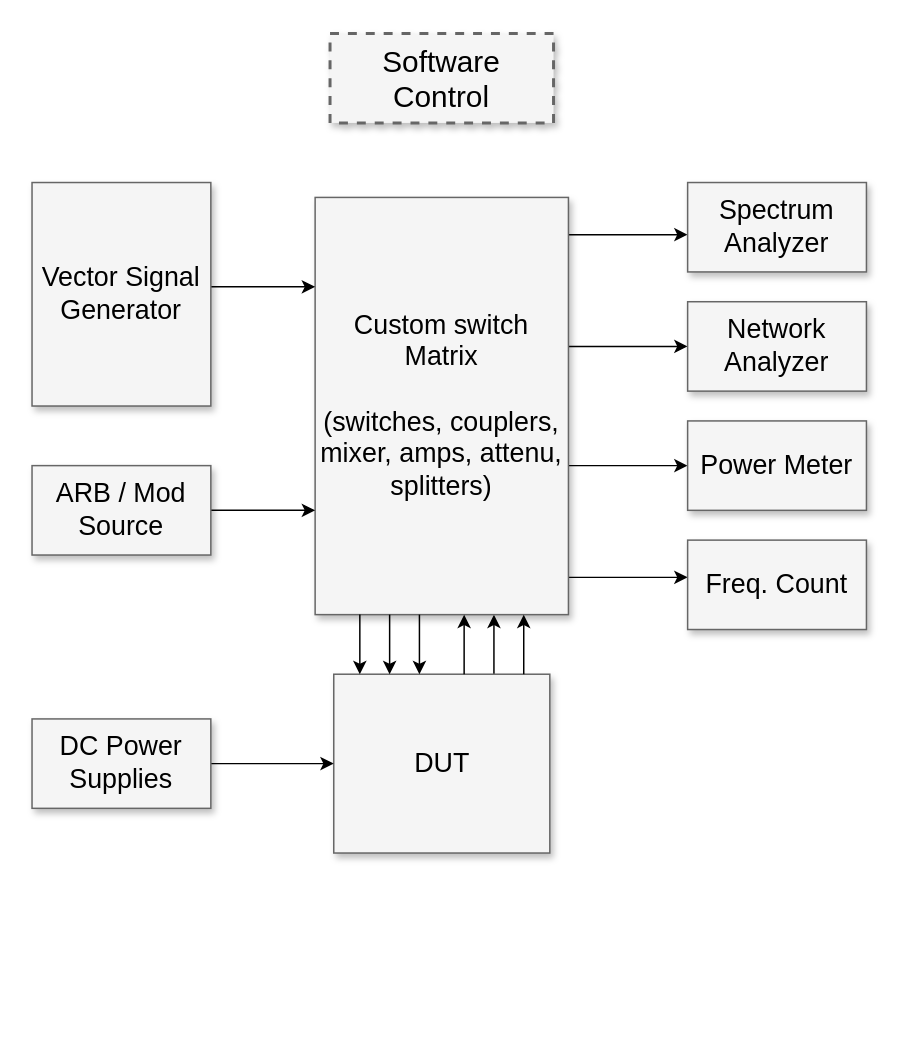
The draw.io diagram Untitled Diagram.drawio in rajaduraikrishna/ezee-app, before the edit. Source tidied: cells renumbered, new cells numbered last; positions are measured from the earlier drawing's top-left corner, leaving out a move shared by most shapes. Both pictures are drawn from the tidied source at 149%, with x=0, y=0 at pixel (31, 33).
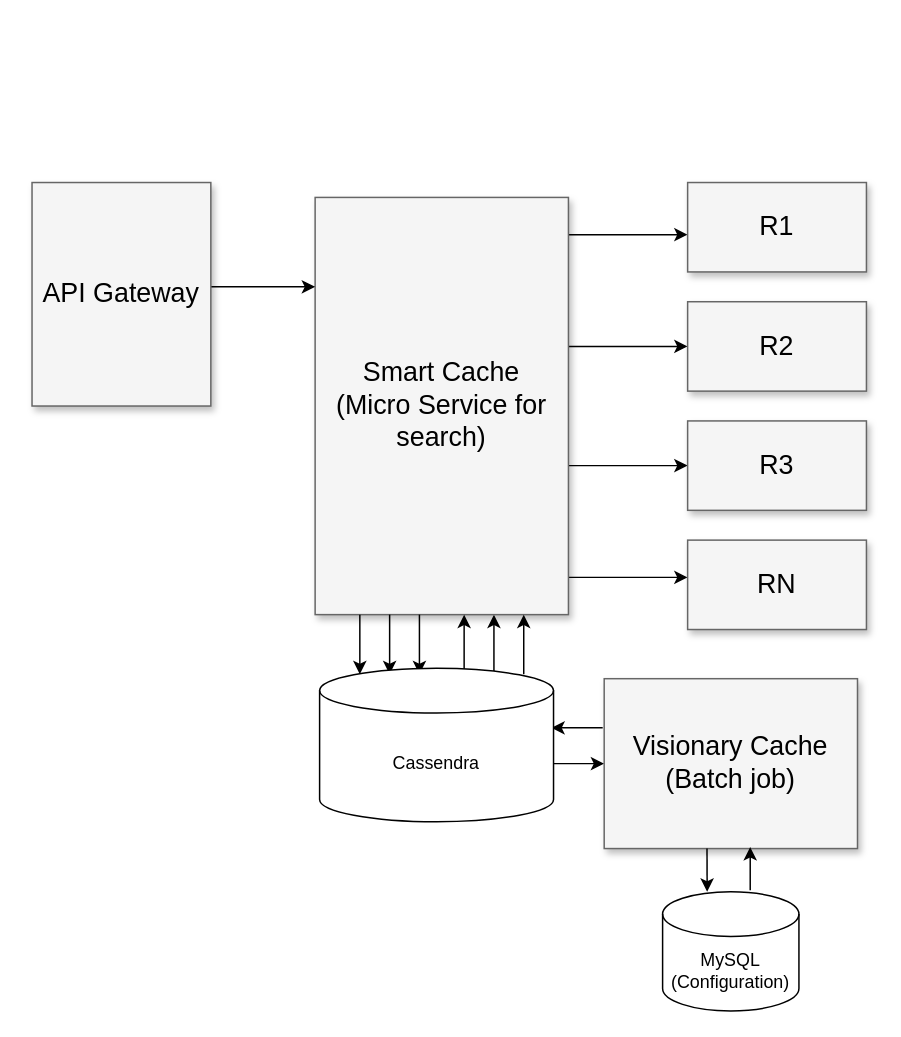
The same page after the edit.

Change to the diagram source:
```diff
@@
-    <mxCell id="2" value="Software Control" style="whiteSpace=wrap;html=1;shadow=1;fontSize=20;fillColor=#f5f5f5;strokeColor=#666666;strokeWidth=2;dashed=1;" parent="1" vertex="1">
-      <mxGeometry x="200" width="150" height="60" as="geometry" />
-    </mxCell>
@@
-    <mxCell id="7" style="edgeStyle=elbowEdgeStyle;rounded=0;html=1;startArrow=none;startFill=0;jettySize=auto;fontSize=18;" parent="1" edge="1" source="17" target="8">
+    <mxCell id="7" style="edgeStyle=elbowEdgeStyle;rounded=0;html=1;startArrow=none;startFill=0;jettySize=auto;fontSize=18;" parent="1" edge="1" target="8">
       <mxGeometry relative="1" as="geometry">
+        <mxPoint x="310" y="430" as="sourcePoint" />
         <Array as="points">
           <mxPoint x="310" y="410" />
         </Array>
       </mxGeometry>
     </mxCell>
-    <mxCell id="8" value="Custom switch Matrix&lt;div&gt;&lt;br&gt;&lt;/div&gt;&lt;div&gt;(switches, couplers, mixer, amps, attenu, splitters)&lt;/div&gt;" style="whiteSpace=wrap;html=1;shadow=1;fontSize=18;fillColor=#f5f5f5;strokeColor=#666666;" parent="1" vertex="1">
+    <mxCell id="8" value="&lt;div&gt;Smart Cache&lt;/div&gt;&lt;div&gt;(Micro Service for search)&lt;/div&gt;" style="whiteSpace=wrap;html=1;shadow=1;fontSize=18;fillColor=#f5f5f5;strokeColor=#666666;" parent="1" vertex="1">
       <mxGeometry x="190" y="110" width="170" height="280" as="geometry" />
     </mxCell>
-    <mxCell id="9" value="Spectrum Analyzer" style="whiteSpace=wrap;html=1;shadow=1;fontSize=18;fillColor=#f5f5f5;strokeColor=#666666;" parent="1" vertex="1">
+    <mxCell id="9" value="R1" style="whiteSpace=wrap;html=1;shadow=1;fontSize=18;fillColor=#f5f5f5;strokeColor=#666666;" parent="1" vertex="1">
       <mxGeometry x="440" y="100" width="120" height="60" as="geometry" />
     </mxCell>
-    <mxCell id="10" value="Network Analyzer" style="whiteSpace=wrap;html=1;shadow=1;fontSize=18;fillColor=#f5f5f5;strokeColor=#666666;" parent="1" vertex="1">
+    <mxCell id="10" value="R2" style="whiteSpace=wrap;html=1;shadow=1;fontSize=18;fillColor=#f5f5f5;strokeColor=#666666;" parent="1" vertex="1">
       <mxGeometry x="440" y="180" width="120" height="60" as="geometry" />
     </mxCell>
-    <mxCell id="11" value="Power Meter" style="whiteSpace=wrap;html=1;shadow=1;fontSize=18;fillColor=#f5f5f5;strokeColor=#666666;" parent="1" vertex="1">
+    <mxCell id="11" value="R3" style="whiteSpace=wrap;html=1;shadow=1;fontSize=18;fillColor=#f5f5f5;strokeColor=#666666;" parent="1" vertex="1">
       <mxGeometry x="440" y="260" width="120" height="60" as="geometry" />
     </mxCell>
-    <mxCell id="12" value="Freq. Count" style="whiteSpace=wrap;html=1;shadow=1;fontSize=18;fillColor=#f5f5f5;strokeColor=#666666;" parent="1" vertex="1">
+    <mxCell id="12" value="RN" style="whiteSpace=wrap;html=1;shadow=1;fontSize=18;fillColor=#f5f5f5;strokeColor=#666666;" parent="1" vertex="1">
       <mxGeometry x="440" y="340" width="120" height="60" as="geometry" />
     </mxCell>
@@
-    <mxCell id="14" value="Vector Signal Generator" style="whiteSpace=wrap;html=1;shadow=1;fontSize=18;fillColor=#f5f5f5;strokeColor=#666666;" parent="1" vertex="1">
+    <mxCell id="14" value="API Gateway" style="whiteSpace=wrap;html=1;shadow=1;fontSize=18;fillColor=#f5f5f5;strokeColor=#666666;" parent="1" vertex="1">
       <mxGeometry y="100" width="120" height="150" as="geometry" />
     </mxCell>
-    <mxCell id="15" style="edgeStyle=elbowEdgeStyle;rounded=0;html=1;startArrow=none;startFill=0;jettySize=auto;fontSize=18;elbow=vertical;" parent="1" edge="1" source="16" target="8">
-      <mxGeometry relative="1" as="geometry" />
-    </mxCell>
-    <mxCell id="16" value="ARB / Mod Source" style="whiteSpace=wrap;html=1;shadow=1;fontSize=18;fillColor=#f5f5f5;strokeColor=#666666;" parent="1" vertex="1">
-      <mxGeometry y="290" width="120" height="60" as="geometry" />
-    </mxCell>
-    <mxCell id="17" value="DUT" style="whiteSpace=wrap;html=1;shadow=1;fontSize=18;fillColor=#f5f5f5;strokeColor=#666666;" parent="1" vertex="1">
-      <mxGeometry x="202.5" y="430" width="145" height="120" as="geometry" />
-    </mxCell>
-    <mxCell id="18" style="edgeStyle=elbowEdgeStyle;rounded=0;html=1;startArrow=none;startFill=0;jettySize=auto;fontSize=18;elbow=vertical;" parent="1" edge="1" source="19" target="17">
-      <mxGeometry relative="1" as="geometry" />
-    </mxCell>
-    <mxCell id="19" value="DC Power Supplies" style="whiteSpace=wrap;html=1;shadow=1;fontSize=18;fillColor=#f5f5f5;strokeColor=#666666;" parent="1" vertex="1">
-      <mxGeometry y="460" width="120" height="60" as="geometry" />
-    </mxCell>
+    <mxCell id="25" style="rounded=0;jettySize=auto;html=1;" parent="1" edge="1" target="26">
+      <mxGeometry relative="1" as="geometry">
+        <mxPoint x="347.5" y="490" as="sourcePoint" />
+      </mxGeometry>
+    </mxCell>
-    <mxCell id="20" style="edgeStyle=elbowEdgeStyle;rounded=0;html=1;startArrow=none;startFill=0;jettySize=auto;fontSize=18;" parent="1" edge="1" source="17" target="8">
+    <mxCell id="20" style="edgeStyle=elbowEdgeStyle;rounded=0;html=1;startArrow=none;startFill=0;jettySize=auto;fontSize=18;" parent="1" edge="1" target="8">
       <mxGeometry relative="1" as="geometry">
+        <mxPoint x="330" y="430" as="sourcePoint" />
         <Array as="points">
           <mxPoint x="330" y="410" />
           <mxPoint x="310" y="410" />
         </Array>
       </mxGeometry>
     </mxCell>
@@
+    <mxCell id="26" value="&lt;div&gt;Visionary Cache (Batch job)&lt;/div&gt;" style="whiteSpace=wrap;html=1;shadow=1;fontSize=18;fillColor=#f5f5f5;strokeColor=#666666;" parent="1" vertex="1">
+      <mxGeometry x="384" y="433" width="170" height="114" as="geometry" />
+    </mxCell>
+    <mxCell id="27" style="edgeStyle=elbowEdgeStyle;rounded=0;html=1;startArrow=none;startFill=0;jettySize=auto;orthogonalLoop=1;fontSize=18;entryX=1.007;entryY=0.3;entryDx=0;entryDy=0;entryPerimeter=0;" parent="1" edge="1">
+      <mxGeometry relative="1" as="geometry">
+        <mxPoint x="383" y="466" as="sourcePoint" />
+        <mxPoint x="348.5" y="466" as="targetPoint" />
+        <Array as="points">
+          <mxPoint x="373" y="456" />
+          <mxPoint x="320" y="420" />
+        </Array>
+      </mxGeometry>
+    </mxCell>
+    <mxCell id="28" value="Cassendra" style="shape=cylinder3;whiteSpace=wrap;html=1;boundedLbl=1;backgroundOutline=1;size=15;" parent="1" vertex="1">
+      <mxGeometry x="193" y="426" width="157" height="103" as="geometry" />
+    </mxCell>
+    <mxCell id="29" style="edgeStyle=orthogonalEdgeStyle;rounded=0;orthogonalLoop=1;jettySize=auto;html=1;" parent="1" edge="1">
+      <mxGeometry relative="1" as="geometry">
+        <mxPoint x="453" y="547" as="sourcePoint" />
+        <mxPoint x="453.1" y="576" as="targetPoint" />
+      </mxGeometry>
+    </mxCell>
+    <mxCell id="30" value="MySQL (Configuration)" style="shape=cylinder3;whiteSpace=wrap;html=1;boundedLbl=1;backgroundOutline=1;size=15;" parent="1" vertex="1">
+      <mxGeometry x="423.2" y="576" width="91.5" height="80" as="geometry" />
+    </mxCell>
+    <mxCell id="31" style="edgeStyle=orthogonalEdgeStyle;rounded=0;orthogonalLoop=1;jettySize=auto;html=1;" parent="1" edge="1">
+      <mxGeometry relative="1" as="geometry">
+        <mxPoint x="482" y="575" as="sourcePoint" />
+        <mxPoint x="482" y="546" as="targetPoint" />
+      </mxGeometry>
+    </mxCell>
```
